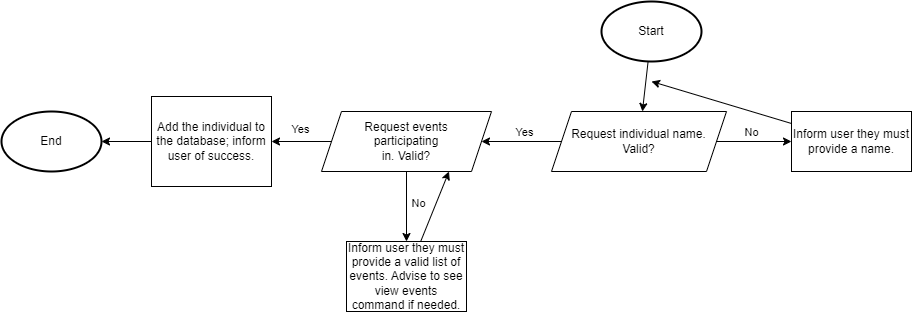
The draw.io diagram flowcharts/addindividual.drawio.png in iiRealisticDev/unit4tournamentapp, before a commit. Source tidied: cells renumbered, new cells last; positions are measured from the earlier drawing's top-left corner, leaving out a move shared by most shapes. Source of this version:
```xml
<mxGraphModel>
  <root>
    <mxCell id="0" />
    <mxCell id="1" parent="0" />
    <mxCell id="2" style="edgeStyle=none;html=1;" parent="1" edge="1" source="3" target="8">
      <mxGeometry relative="1" as="geometry" />
    </mxCell>
    <mxCell id="3" value="Start" style="strokeWidth=2;html=1;shape=mxgraph.flowchart.start_1;whiteSpace=wrap;" parent="1" vertex="1">
      <mxGeometry x="600" width="100" height="60" as="geometry" />
    </mxCell>
    <mxCell id="4" style="edgeStyle=none;html=1;" parent="1" edge="1" source="8" target="13">
      <mxGeometry relative="1" as="geometry" />
    </mxCell>
    <mxCell id="5" value="Yes" style="edgeLabel;html=1;align=center;verticalAlign=middle;" parent="4" vertex="1">
      <mxGeometry x="-0.24" y="-3" relative="1" as="geometry">
        <mxPoint x="-8" y="-7" as="offset" />
      </mxGeometry>
    </mxCell>
    <mxCell id="6" style="edgeStyle=none;html=1;" parent="1" edge="1" source="8" target="10">
      <mxGeometry relative="1" as="geometry" />
    </mxCell>
    <mxCell id="7" value="No" style="edgeLabel;html=1;align=center;verticalAlign=middle;" parent="6" vertex="1">
      <mxGeometry x="0.63" y="-5" relative="1" as="geometry">
        <mxPoint x="-27" y="-15" as="offset" />
      </mxGeometry>
    </mxCell>
    <mxCell id="8" value="Request individual name.&lt;br&gt;Valid?" style="shape=parallelogram;perimeter=parallelogramPerimeter;whiteSpace=wrap;html=1;fixedSize=1;" parent="1" vertex="1">
      <mxGeometry x="550" y="110" width="175" height="60" as="geometry" />
    </mxCell>
    <mxCell id="9" style="edgeStyle=none;html=1;" parent="1" edge="1" source="10">
      <mxGeometry relative="1" as="geometry">
        <mxPoint x="650" y="80" as="targetPoint" />
      </mxGeometry>
    </mxCell>
    <mxCell id="10" value="Inform user they must provide a name." style="rounded=0;whiteSpace=wrap;html=1;" parent="1" vertex="1">
      <mxGeometry x="790" y="110" width="120" height="60" as="geometry" />
    </mxCell>
    <mxCell id="11" style="edgeStyle=none;html=1;entryX=0.5;entryY=0;entryDx=0;entryDy=0;" parent="1" edge="1" source="13" target="15">
      <mxGeometry relative="1" as="geometry" />
    </mxCell>
    <mxCell id="12" value="No" style="edgeLabel;html=1;align=center;verticalAlign=middle;" parent="11" vertex="1">
      <mxGeometry x="-0.4" y="1" relative="1" as="geometry">
        <mxPoint x="10" y="10" as="offset" />
      </mxGeometry>
    </mxCell>
    <mxCell id="13" value="Request events &lt;br&gt;participating &lt;br&gt;in. Valid?" style="shape=parallelogram;perimeter=parallelogramPerimeter;whiteSpace=wrap;html=1;fixedSize=1;" parent="1" vertex="1">
      <mxGeometry x="320" y="110" width="170" height="60" as="geometry" />
    </mxCell>
    <mxCell id="14" style="edgeStyle=none;html=1;entryX=0.75;entryY=1;entryDx=0;entryDy=0;" parent="1" edge="1" source="15" target="13">
      <mxGeometry relative="1" as="geometry" />
    </mxCell>
    <mxCell id="15" value="Inform user they must provide a valid list of events. Advise to see view events command if needed.&lt;br&gt;" style="rounded=0;whiteSpace=wrap;html=1;" parent="1" vertex="1">
      <mxGeometry x="345" y="240" width="120" height="70" as="geometry" />
    </mxCell>
    <mxCell id="16" style="edgeStyle=none;html=1;entryX=1;entryY=0.5;entryDx=0;entryDy=0;" parent="1" edge="1" source="13" target="19">
      <mxGeometry relative="1" as="geometry" />
    </mxCell>
    <mxCell id="17" value="Yes" style="edgeLabel;html=1;align=center;verticalAlign=middle;" parent="16" vertex="1">
      <mxGeometry x="-0.53" y="-2" relative="1" as="geometry">
        <mxPoint x="-18" y="-11" as="offset" />
      </mxGeometry>
    </mxCell>
    <mxCell id="18" style="edgeStyle=none;html=1;entryX=1;entryY=0.5;entryDx=0;entryDy=0;entryPerimeter=0;" parent="1" edge="1" source="19" target="20">
      <mxGeometry relative="1" as="geometry" />
    </mxCell>
    <mxCell id="19" value="Add the individual to the database; inform user of success." style="rounded=0;whiteSpace=wrap;html=1;" parent="1" vertex="1">
      <mxGeometry x="150" y="95" width="120" height="90" as="geometry" />
    </mxCell>
    <mxCell id="20" value="End" style="strokeWidth=2;html=1;shape=mxgraph.flowchart.start_1;whiteSpace=wrap;" parent="1" vertex="1">
      <mxGeometry y="110" width="100" height="60" as="geometry" />
    </mxCell>
  </root>
</mxGraphModel>
```
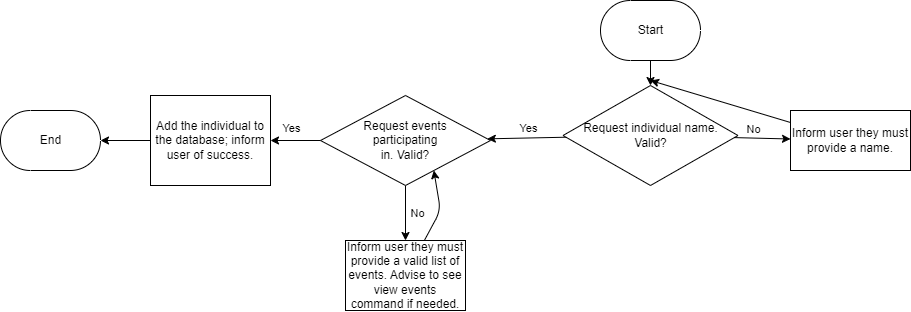
After the change.

Change to the diagram source:
```diff
@@ -5,7 +5,7 @@
     <mxCell id="2" style="edgeStyle=none;html=1;" parent="1" edge="1" source="3" target="8">
       <mxGeometry relative="1" as="geometry" />
     </mxCell>
-    <mxCell id="3" value="Start" style="strokeWidth=2;html=1;shape=mxgraph.flowchart.start_1;whiteSpace=wrap;" parent="1" vertex="1">
+    <mxCell id="3" value="Start" style="html=1;dashed=0;whitespace=wrap;shape=mxgraph.dfd.start;strokeColor=default;fontFamily=Helvetica;fontSize=12;fontColor=default;fillColor=default;" parent="1" vertex="1">
       <mxGeometry x="600" width="100" height="60" as="geometry" />
     </mxCell>
     <mxCell id="4" style="edgeStyle=none;html=1;" parent="1" edge="1" source="8" target="13">
@@ -24,8 +24,8 @@
         <mxPoint x="-27" y="-15" as="offset" />
       </mxGeometry>
     </mxCell>
-    <mxCell id="8" value="Request individual name.&lt;br&gt;Valid?" style="shape=parallelogram;perimeter=parallelogramPerimeter;whiteSpace=wrap;html=1;fixedSize=1;" parent="1" vertex="1">
-      <mxGeometry x="550" y="110" width="175" height="60" as="geometry" />
+    <mxCell id="8" value="Request individual name.&lt;br&gt;Valid?" style="rhombus;whiteSpace=wrap;html=1;strokeColor=default;fontFamily=Helvetica;fontSize=12;fontColor=default;fillColor=default;" parent="1" vertex="1">
+      <mxGeometry x="562.5" y="85" width="175" height="100" as="geometry" />
     </mxCell>
     <mxCell id="9" style="edgeStyle=none;html=1;" parent="1" edge="1" source="10">
       <mxGeometry relative="1" as="geometry">
@@ -43,11 +43,15 @@
         <mxPoint x="10" y="10" as="offset" />
       </mxGeometry>
     </mxCell>
-    <mxCell id="13" value="Request events &lt;br&gt;participating &lt;br&gt;in. Valid?" style="shape=parallelogram;perimeter=parallelogramPerimeter;whiteSpace=wrap;html=1;fixedSize=1;" parent="1" vertex="1">
-      <mxGeometry x="320" y="110" width="170" height="60" as="geometry" />
+    <mxCell id="13" value="Request events &lt;br&gt;participating &lt;br&gt;in. Valid?" style="rhombus;whiteSpace=wrap;html=1;strokeColor=default;fontFamily=Helvetica;fontSize=12;fontColor=default;fillColor=default;" parent="1" vertex="1">
+      <mxGeometry x="320" y="95" width="170" height="90" as="geometry" />
     </mxCell>
     <mxCell id="14" style="edgeStyle=none;html=1;entryX=0.75;entryY=1;entryDx=0;entryDy=0;" parent="1" edge="1" source="15" target="13">
-      <mxGeometry relative="1" as="geometry" />
+      <mxGeometry relative="1" as="geometry">
+        <Array as="points">
+          <mxPoint x="440" y="210" />
+        </Array>
+      </mxGeometry>
     </mxCell>
     <mxCell id="15" value="Inform user they must provide a valid list of events. Advise to see view events command if needed.&lt;br&gt;" style="rounded=0;whiteSpace=wrap;html=1;" parent="1" vertex="1">
       <mxGeometry x="345" y="240" width="120" height="70" as="geometry" />
@@ -66,7 +70,7 @@
     <mxCell id="19" value="Add the individual to the database; inform user of success." style="rounded=0;whiteSpace=wrap;html=1;" parent="1" vertex="1">
       <mxGeometry x="150" y="95" width="120" height="90" as="geometry" />
     </mxCell>
-    <mxCell id="20" value="End" style="strokeWidth=2;html=1;shape=mxgraph.flowchart.start_1;whiteSpace=wrap;" parent="1" vertex="1">
+    <mxCell id="20" value="End" style="html=1;dashed=0;whitespace=wrap;shape=mxgraph.dfd.start;strokeColor=default;fontFamily=Helvetica;fontSize=12;fontColor=default;fillColor=default;" parent="1" vertex="1">
       <mxGeometry y="110" width="100" height="60" as="geometry" />
     </mxCell>
   </root>
```
